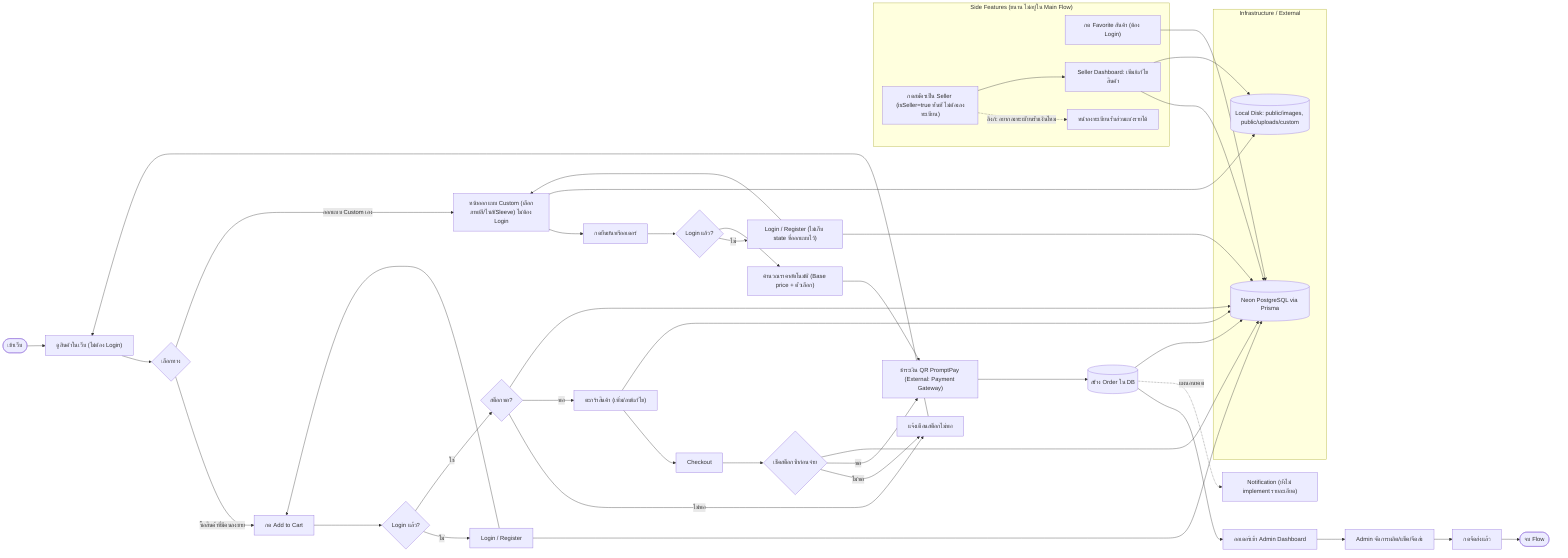
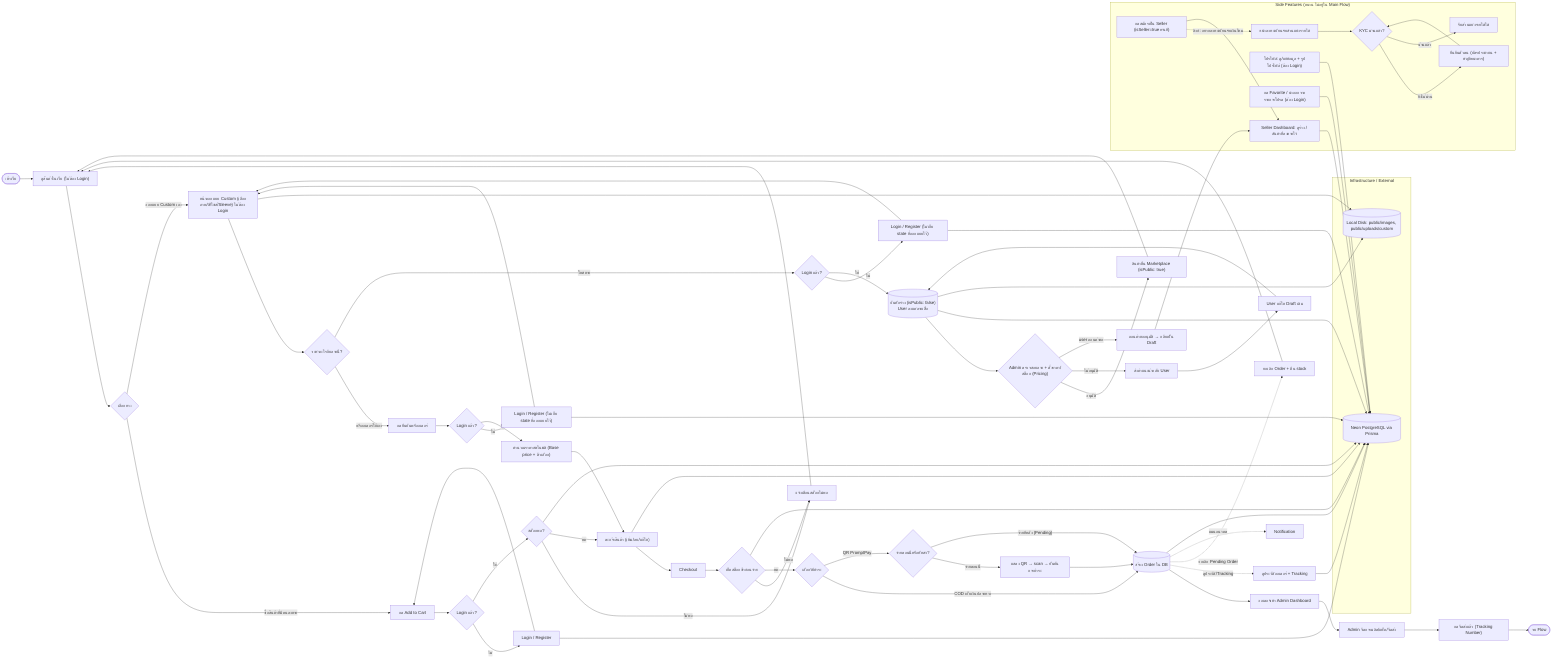
flowchart LR
    Start(["เข้าเว็บ"]) --> ViewProducts["ดูสินค้าในเว็บ (ไม่ต้อง Login)"]
    ViewProducts --> ChoosePath{"เลือกทาง"}

    %% Flow A: ซื้อสินค้าที่มีคนลงขาย
    ChoosePath -->|"ซื้อสินค้าที่มีคนลงขาย"| AddCart["กด Add to Cart"]
    AddCart --> CheckLoginCart{"Login แล้ว?"}
    CheckLoginCart -->|"ไม่"| LoginPage["Login / Register"]
    LoginPage --> AddCart
    CheckLoginCart -->|"ใช่"| CheckStock1{"สต็อกพอ?"}
    CheckStock1 -->|"ไม่พอ"| StockError["แจ้งเตือนสต็อกไม่พอ"]
    StockError --> ViewProducts
    CheckStock1 -->|"พอ"| CartPage["ตะกร้าสินค้า (เพิ่ม/ลบ/แก้ไข)"]
    CartPage --> Checkout["Checkout"]
    Checkout --> CheckStock2{"เช็คสต็อกซ้ำก่อนจ่าย"}
    CheckStock2 -->|"ไม่พอ"| StockError
-     CheckStock2 -->|"พอ"| Payment
+     CheckStock2 -->|"พอ"| PaymentChoice{"เลือกวิธีชำระ"}

-     %% Flow B: Custom Order
-     ChoosePath -->|"ออกแบบ Custom เอง"| CustomDesign["หน้าออกแบบ Custom (เลือกภาพ/สี/ไซส์/Sleeve) ไม่ต้อง Login"]
-     CustomDesign --> ConfirmPreorder["กดยืนยันพรีออเดอร์"]
-     ConfirmPreorder --> CheckLoginCustom{"Login แล้ว?"}
-     CheckLoginCustom -->|"ไม่"| LoginPage2["Login / Register (ไม่เก็บ state ที่ออกแบบไว้)"]
-     LoginPage2 --> CustomDesign
-     CheckLoginCustom -->|"ใช่"| CalcPrice["คำนวณราคาอัตโนมัติ (Base price + ตัวเลือก)"]
-     CalcPrice --> Payment
+     %% Payment: COD
+     PaymentChoice -->|"COD เก็บเงินปลายทาง"| CreateOrder[("สร้าง Order ใน DB")]

-     Payment["ชำระเงิน QR PromptPay (External: Payment Gateway)"]
-     Payment --> CreateOrder[("สร้าง Order ใน DB")]
+     %% Payment: QR PromptPay
+     PaymentChoice -->|"QR PromptPay"| QROption{"จ่ายตอนนี้หรือทีหลัง?"}
+     QROption -->|"จ่ายตอนนี้"| QRNow["แสดง QR → scan → ยืนยันการชำระ"]
+     QROption -->|"จ่ายทีหลัง (Pending)"| CreateOrder
+     QRNow --> CreateOrder
+ 
+     %% Order fulfillment
    CreateOrder --> AdminQueue["ออเดอร์เข้า Admin Dashboard"]
    AdminQueue --> AdminFulfill["Admin จัดการผลิต/แพ็ค/จัดส่ง"]
-     AdminFulfill --> Shipped["กดจัดส่งแล้ว"]
+     AdminFulfill --> Shipped["กดจัดส่งแล้ว (Tracking Number)"]
    Shipped --> EndFlow(["จบ Flow"])
-     CreateOrder -.->|"แผนอนาคต"| FutureNotify["Notification (ยังไม่ implement รายละเอียด)"]
+ 
+     %% Order side actions (dashed)
+     CreateOrder -.->|"ดูประวัติ/Tracking"| OrderHistory["ดูประวัติออเดอร์ + Tracking"]
+     CreateOrder -.->|"ยกเลิก Pending Order"| CancelOrder["ยกเลิก Order + คืน stock"]
+     CancelOrder --> ViewProducts
+     CreateOrder -.->|"แผนอนาคต"| FutureNotify["Notification"]
+ 
+     %% Custom Design entry (ไม่ต้อง Login)
+     ChoosePath -->|"ออกแบบ Custom เอง"| CustomDesign["หน้าออกแบบ Custom (เลือกภาพ/สี/ไซส์/Sleeve) ไม่ต้อง Login"]
+     CustomDesign --> ChooseAction{"จะทำอะไรกับลายนี้?"}
+ 
+     %% Flow B1: พรีออเดอร์ใช้เอง
+     ChooseAction -->|"พรีออเดอร์ใช้เอง"| ConfirmPreorder["กดยืนยันพรีออเดอร์"]
+     ConfirmPreorder --> CheckLoginB1{"Login แล้ว?"}
+     CheckLoginB1 -->|"ไม่"| LoginPage2["Login / Register (ไม่เก็บ state ที่ออกแบบไว้)"]
+     LoginPage2 --> CustomDesign
+     CheckLoginB1 -->|"ใช่"| CalcPrice["คำนวณราคาอัตโนมัติ (Base price + ตัวเลือก)"]
+     CalcPrice --> CartPage
+ 
+     %% Flow B2: โพสขาย
+     ChooseAction -->|"โพสขาย"| CheckLoginB2{"Login แล้ว?"}
+     CheckLoginB2 -->|"ไม่"| LoginPage3["Login / Register (ไม่เก็บ state ที่ออกแบบไว้)"]
+     LoginPage3 --> CustomDesign
+     CheckLoginB2 -->|"ใช่"| SaveDraft[("บันทึกร่าง (isPublic: false)\nUser ลงแค่ลายเสื้อ")]
+     SaveDraft --> AdminReview{"Admin ตรวจสอบลาย + ตั้งราคา/สต็อก (Pricing)"}
+     AdminReview -->|"อนุมัติ"| Published["สินค้าขึ้น Marketplace (isPublic: true)"]
+     Published --> ViewProducts
+     AdminReview -->|"ไม่อนุมัติ"| Feedback["ส่งคำแนะนำกลับ User"]
+     Feedback --> EditDraft["User แก้ไข Draft เดิม"]
+     EditDraft --> SaveDraft
+     AdminReview -->|"user ถอนคำขอ"| RetractDraft["ถอนคำขออนุมัติ → กลับเป็น Draft"]
+     RetractDraft --> SellerDash

    %% Side features (ขนาน ไม่อยู่บน Main Flow)
    subgraph SideFeatures["Side Features (ขนาน ไม่อยู่ใน Main Flow)"]
-         Favorite["กด Favorite สินค้า (ต้อง Login)"]
-         BecomeSeller["กดสมัครเป็น Seller (isSeller=true ทันที ไม่ต้องลงทะเบียน)"]
+         ProfileMgmt["โปรไฟล์: ดู/แก้ข้อมูล + รูปโปรไฟล์ (ต้อง Login)"]
+         Favorite["กด Favorite / นำออกจากรายการโปรด (ต้อง Login)"]
+         BecomeSeller["กดสมัครเป็น Seller (isSeller=true ทันที)"]
        BecomeSeller -.->|"ลิงก์: อยากลงทะเบียนรับเงินไหม"| RevenueReg["หน้าลงทะเบียนรับส่วนแบ่งรายได้"]
-         BecomeSeller --> SellerDash["Seller Dashboard: เพิ่ม/แก้ไขสินค้า"]
+         RevenueReg --> KYCCheck{"KYC ผ่านแล้ว?"}
+         KYCCheck -->|"ยังไม่ผ่าน"| KYCVerify["ยืนยันตัวตน (บัตรประชาชน + บัญชีธนาคาร)"]
+         KYCVerify --> KYCCheck
+         KYCCheck -->|"ผ่านแล้ว"| RevenueActive["รับส่วนแบ่งรายได้ได้"]
+         BecomeSeller --> SellerDash["Seller Dashboard: ดูร่าง / สินค้าที่ลงขายไว้"]
    end

    %% Infrastructure / External
    subgraph Infra["Infrastructure / External"]
        DB[("Neon PostgreSQL via Prisma")]
        ImgStorage[("Local Disk: public/images, public/uploads/custom")]
    end

    LoginPage --> DB
    LoginPage2 --> DB
+     LoginPage3 --> DB
    CartPage --> DB
    CheckStock1 --> DB
    CheckStock2 --> DB
+     SaveDraft --> DB
+     SaveDraft --> ImgStorage
    CreateOrder --> DB
    SellerDash --> DB
-     SellerDash --> ImgStorage
    CustomDesign --> ImgStorage
    Favorite --> DB
- 
+     OrderHistory --> DB
+     ProfileMgmt --> DB